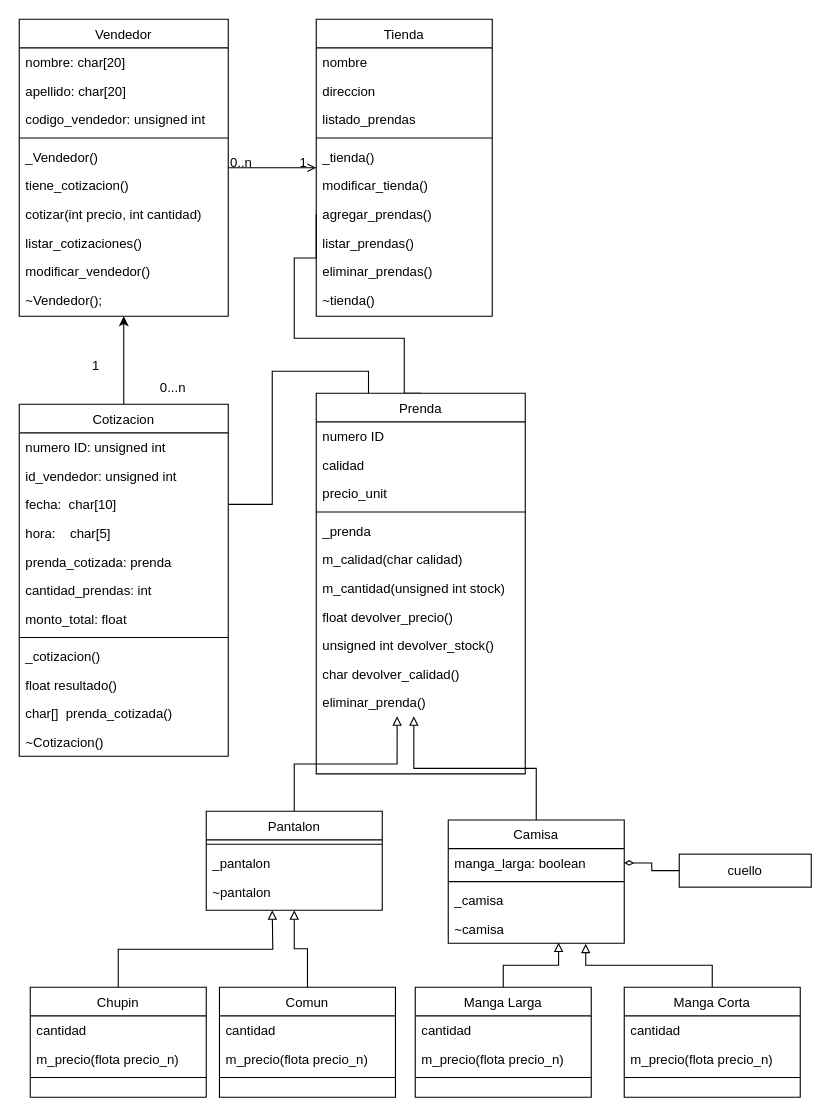
The draw.io diagram Diagrama_Clases.drawio in Santira243/PracticaQuark, before the edit. Source tidied: cells renumbered, new cells numbered last; positions are measured from the earlier drawing's top-left corner, leaving out a move shared by most shapes. Both pictures are drawn from the tidied source at 110%, with x=0, y=0 at pixel (19, 19).
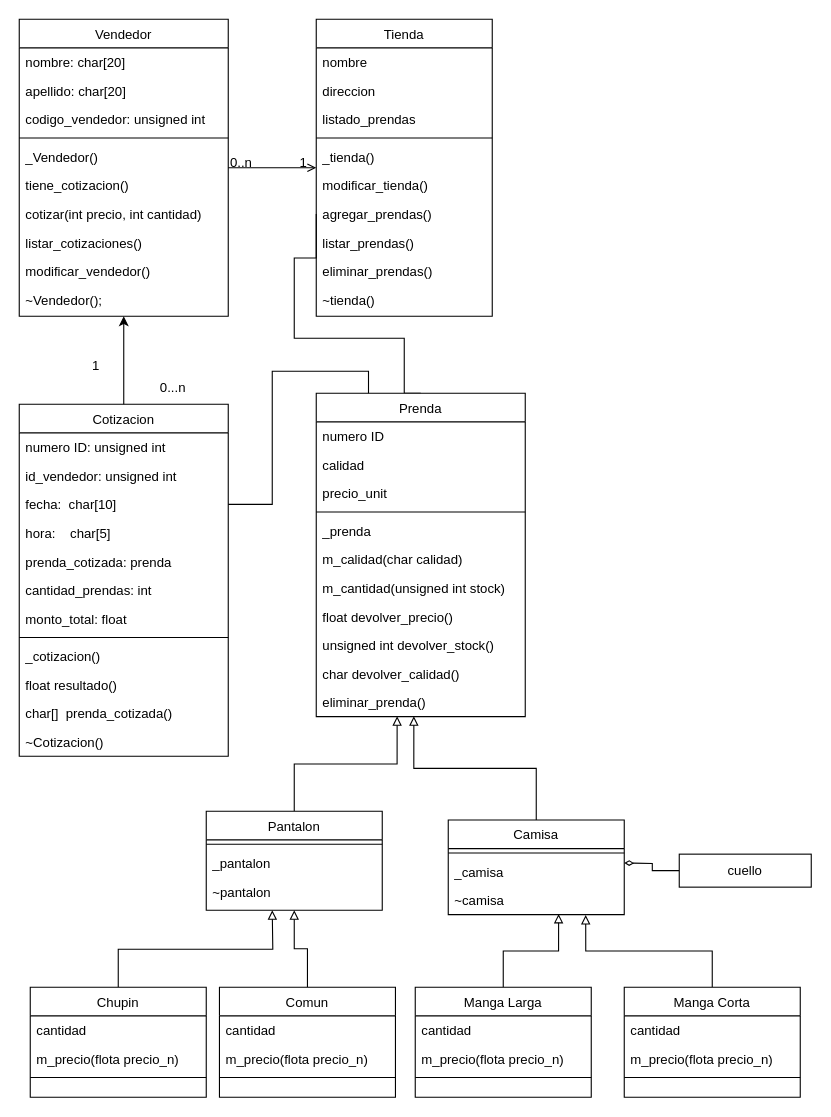
The same page after the edit.

Unchanged cells that the change refers to:
```xml
<mxCell id="69" value="cuello" style="rounded=0;whiteSpace=wrap;html=1;" parent="1" vertex="1">
  <mxGeometry x="600" y="759" width="120" height="30" as="geometry" />
</mxCell>
```

What changed in the source:
```diff
@@
     <mxCell id="42" value="Prenda" style="swimlane;fontStyle=0;align=center;verticalAlign=top;horizontal=1;startSize=26;rounded=0;shadow=0;strokeWidth=1;" parent="1" vertex="1">
-      <mxGeometry x="270" y="340" width="190" height="346" as="geometry" />
+      <mxGeometry x="270" y="340" width="190" height="294" as="geometry" />
     </mxCell>
@@
     <mxCell id="61" value="Camisa" style="swimlane;fontStyle=0;align=center;verticalAlign=top;horizontal=1;startSize=26;rounded=0;shadow=0;strokeWidth=1;" parent="1" vertex="1">
-      <mxGeometry x="390" y="728" width="160" height="112" as="geometry" />
+      <mxGeometry x="390" y="728" width="160" height="86" as="geometry" />
     </mxCell>
-    <mxCell id="62" value="manga_larga: boolean" style="text;align=left;verticalAlign=top;spacingLeft=4;spacingRight=4;overflow=hidden;points=[[0,0.5],[1,0.5]];portConstraint=eastwest;" parent="61" vertex="1">
-      <mxGeometry y="26" width="160" height="26" as="geometry" />
-    </mxCell>
     <mxCell id="63" style="line;html=1;strokeWidth=1;align=left;verticalAlign=middle;spacingTop=-1;spacingLeft=3;spacingRight=3;labelPosition=right;" parent="61" vertex="1">
-      <mxGeometry y="52" width="160" height="8" as="geometry" />
+      <mxGeometry y="26" width="160" height="8" as="geometry" />
     </mxCell>
     <mxCell id="64" value="_camisa" style="text;align=left;verticalAlign=top;spacingLeft=4;spacingRight=4;overflow=hidden;rounded=0;shadow=0;html=0;" parent="61" vertex="1">
-      <mxGeometry y="60" width="160" height="26" as="geometry" />
+      <mxGeometry y="34" width="160" height="26" as="geometry" />
     </mxCell>
     <mxCell id="65" value="~camisa" style="text;align=left;verticalAlign=top;spacingLeft=4;spacingRight=4;overflow=hidden;points=[[0,0.5],[1,0.5]];portConstraint=eastwest;rounded=0;shadow=0;html=0;" parent="61" vertex="1">
-      <mxGeometry y="86" width="160" height="26" as="geometry" />
+      <mxGeometry y="60" width="160" height="26" as="geometry" />
     </mxCell>
@@
-    <mxCell id="68" style="edgeStyle=orthogonalEdgeStyle;rounded=0;jettySize=auto;html=1;exitX=0;exitY=0.5;exitDx=0;exitDy=0;entryX=1;entryY=0.5;entryDx=0;entryDy=0;endArrow=diamondThin;endFill=0;" parent="1" edge="1" source="69" target="62">
-      <mxGeometry relative="1" as="geometry" />
+    <mxCell id="68" style="edgeStyle=orthogonalEdgeStyle;rounded=0;jettySize=auto;html=1;exitX=0;exitY=0.5;exitDx=0;exitDy=0;entryX=1;entryY=0.5;entryDx=0;entryDy=0;endArrow=diamondThin;endFill=0;" parent="1" edge="1" source="69">
+      <mxGeometry relative="1" as="geometry">
+        <mxPoint x="550" y="767" as="targetPoint" />
+      </mxGeometry>
     </mxCell>
```
